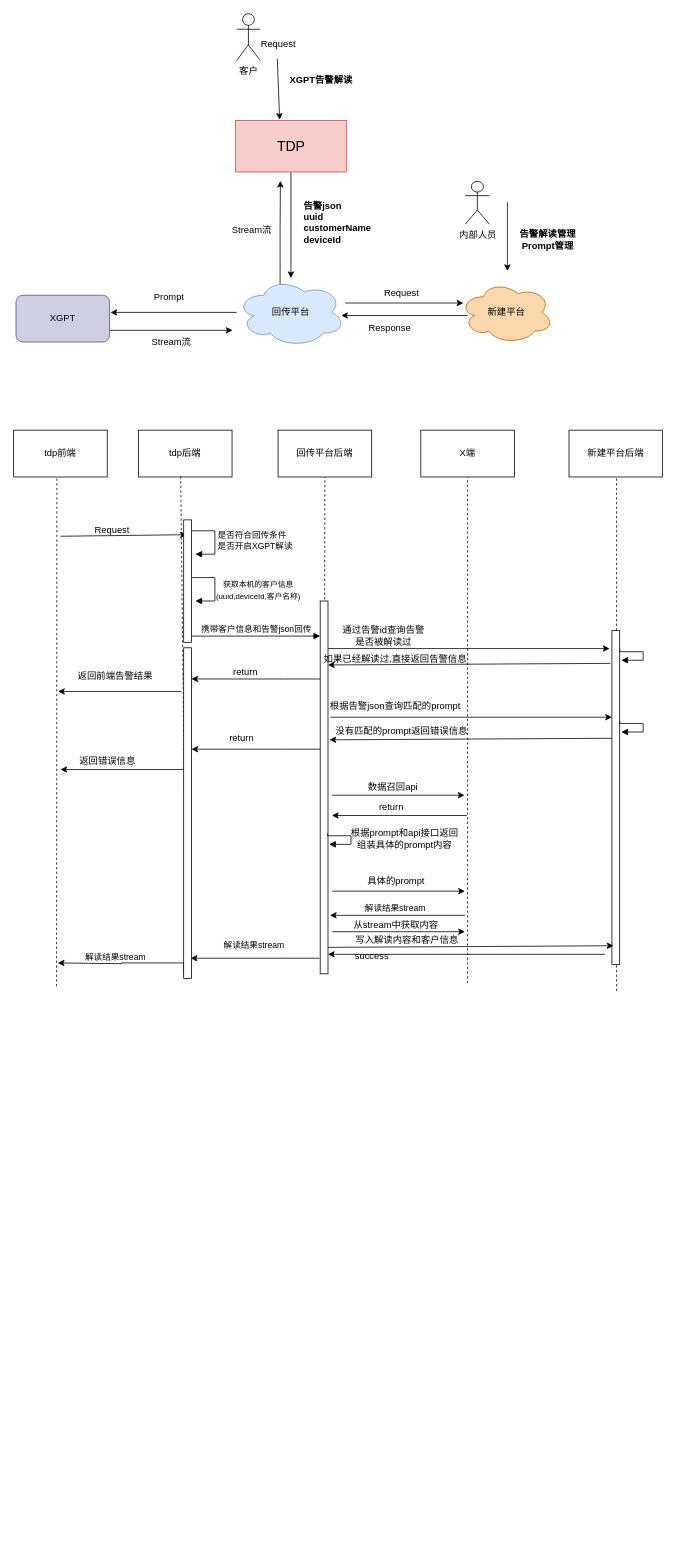
The draw.io diagram xgpt联动.drawio in ProbieGw/Diagram, before the edit. Source tidied: cells renumbered, new cells numbered last; positions are measured from the earlier drawing's top-left corner, leaving out a move shared by most shapes. Both pictures are drawn from the tidied source at 78%, with x=0, y=0 at pixel (13, 13).
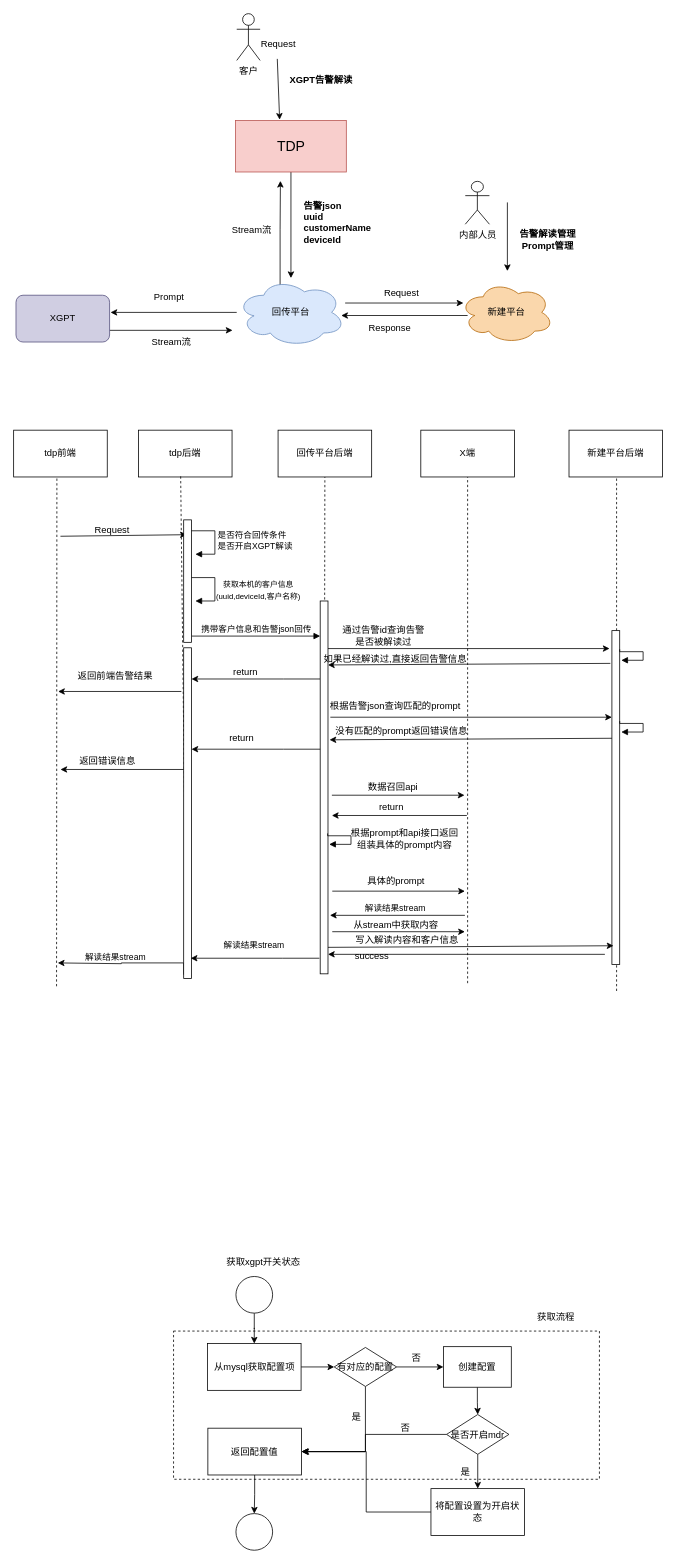
Above is the later version.

What changed in the source:
```diff
@@
+    <mxCell id="83" style="rounded=0;whiteSpace=wrap;html=1;dashed=1;" parent="1" vertex="1">
+      <mxGeometry x="205" y="1689" width="546" height="190" as="geometry" />
+    </mxCell>
@@
+    <mxCell id="84" style="edgeStyle=orthogonalEdgeStyle;rounded=0;jettySize=auto;html=1;" parent="1" edge="1" source="85" target="87">
+      <mxGeometry relative="1" as="geometry" />
+    </mxCell>
+    <mxCell id="85" style="ellipse;whiteSpace=wrap;html=1;" parent="1" vertex="1">
+      <mxGeometry x="285" y="1619" width="47" height="47" as="geometry" />
+    </mxCell>
+    <mxCell id="86" style="edgeStyle=orthogonalEdgeStyle;rounded=0;jettySize=auto;html=1;" parent="1" edge="1" source="87" target="91">
+      <mxGeometry relative="1" as="geometry" />
+    </mxCell>
+    <mxCell id="87" value="从mysql获取配置项" style="rounded=0;whiteSpace=wrap;html=1;" parent="1" vertex="1">
+      <mxGeometry x="248.5" y="1705" width="120" height="60" as="geometry" />
+    </mxCell>
+    <mxCell id="88" value="获取xgpt开关状态" style="text;html=1;align=center;verticalAlign=middle;strokeColor=none;fillColor=none;" parent="1" vertex="1">
+      <mxGeometry x="263" y="1588" width="113" height="26" as="geometry" />
+    </mxCell>
+    <mxCell id="89" style="edgeStyle=orthogonalEdgeStyle;rounded=0;jettySize=auto;html=1;exitX=0.5;exitY=1;exitDx=0;exitDy=0;entryX=1;entryY=0.5;entryDx=0;entryDy=0;" parent="1" edge="1" source="91" target="93">
+      <mxGeometry relative="1" as="geometry" />
+    </mxCell>
+    <mxCell id="90" style="edgeStyle=orthogonalEdgeStyle;rounded=0;jettySize=auto;html=1;" parent="1" edge="1" source="91" target="96">
+      <mxGeometry relative="1" as="geometry" />
+    </mxCell>
+    <mxCell id="91" value="有对应的配置" style="rhombus;whiteSpace=wrap;html=1;" parent="1" vertex="1">
+      <mxGeometry x="411" y="1710" width="80" height="50" as="geometry" />
+    </mxCell>
+    <mxCell id="92" style="edgeStyle=orthogonalEdgeStyle;rounded=0;jettySize=auto;html=1;" parent="1" edge="1" source="93" target="105">
+      <mxGeometry relative="1" as="geometry" />
+    </mxCell>
+    <mxCell id="93" value="返回配置值" style="whiteSpace=wrap;html=1;rounded=0;" parent="1" vertex="1">
+      <mxGeometry x="249" y="1813.5" width="120" height="60" as="geometry" />
+    </mxCell>
+    <mxCell id="94" style="edgeStyle=orthogonalEdgeStyle;rounded=0;orthogonalLoop=1;jettySize=auto;html=1;exitX=0.5;exitY=1;exitDx=0;exitDy=0;" parent="1" edge="1" source="91" target="91">
+      <mxGeometry relative="1" as="geometry" />
+    </mxCell>
+    <mxCell id="95" style="edgeStyle=orthogonalEdgeStyle;rounded=0;jettySize=auto;html=1;" parent="1" edge="1" source="96" target="99">
+      <mxGeometry relative="1" as="geometry" />
+    </mxCell>
+    <mxCell id="96" value="创建配置" style="whiteSpace=wrap;html=1;" parent="1" vertex="1">
+      <mxGeometry x="551" y="1709" width="87" height="52" as="geometry" />
+    </mxCell>
+    <mxCell id="97" style="edgeStyle=orthogonalEdgeStyle;rounded=0;jettySize=auto;html=1;" parent="1" edge="1" source="99" target="103">
+      <mxGeometry relative="1" as="geometry" />
+    </mxCell>
+    <mxCell id="98" style="edgeStyle=orthogonalEdgeStyle;rounded=0;jettySize=auto;html=1;" parent="1" edge="1" source="99">
+      <mxGeometry relative="1" as="geometry">
+        <mxPoint x="370.2" y="1843.6" as="targetPoint" />
+        <Array as="points">
+          <mxPoint x="451" y="1822" />
+          <mxPoint x="451" y="1844" />
+        </Array>
+      </mxGeometry>
+    </mxCell>
+    <mxCell id="99" value="是否开启mdr" style="rhombus;whiteSpace=wrap;html=1;" parent="1" vertex="1">
+      <mxGeometry x="555" y="1796" width="80" height="51" as="geometry" />
+    </mxCell>
+    <mxCell id="100" value="否" style="text;html=1;align=center;verticalAlign=middle;strokeColor=none;fillColor=none;" parent="1" vertex="1">
+      <mxGeometry x="501" y="1711" width="30" height="26" as="geometry" />
+    </mxCell>
+    <mxCell id="101" value="是" style="text;html=1;align=center;verticalAlign=middle;strokeColor=none;fillColor=none;" parent="1" vertex="1">
+      <mxGeometry x="424" y="1787" width="30" height="26" as="geometry" />
+    </mxCell>
+    <mxCell id="102" style="edgeStyle=orthogonalEdgeStyle;rounded=0;jettySize=auto;html=1;entryX=1;entryY=0.5;entryDx=0;entryDy=0;" parent="1" edge="1" source="103" target="93">
+      <mxGeometry relative="1" as="geometry" />
+    </mxCell>
+    <mxCell id="103" value="将配置设置为开启状态" style="whiteSpace=wrap;html=1;" parent="1" vertex="1">
+      <mxGeometry x="535" y="1891" width="120" height="60" as="geometry" />
+    </mxCell>
+    <mxCell id="104" value="是" style="text;html=1;align=center;verticalAlign=middle;strokeColor=none;fillColor=none;" parent="1" vertex="1">
+      <mxGeometry x="564" y="1857" width="30" height="26" as="geometry" />
+    </mxCell>
+    <mxCell id="105" style="ellipse;whiteSpace=wrap;html=1;" parent="1" vertex="1">
+      <mxGeometry x="285" y="1923" width="47" height="47" as="geometry" />
+    </mxCell>
+    <mxCell id="106" value="否" style="text;html=1;align=center;verticalAlign=middle;strokeColor=none;fillColor=none;" parent="1" vertex="1">
+      <mxGeometry x="487" y="1801" width="30" height="26" as="geometry" />
+    </mxCell>
+    <mxCell id="107" value="获取流程" style="text;html=1;align=center;verticalAlign=middle;strokeColor=none;fillColor=none;" parent="1" vertex="1">
+      <mxGeometry x="662" y="1658" width="66" height="26" as="geometry" />
+    </mxCell>
```
